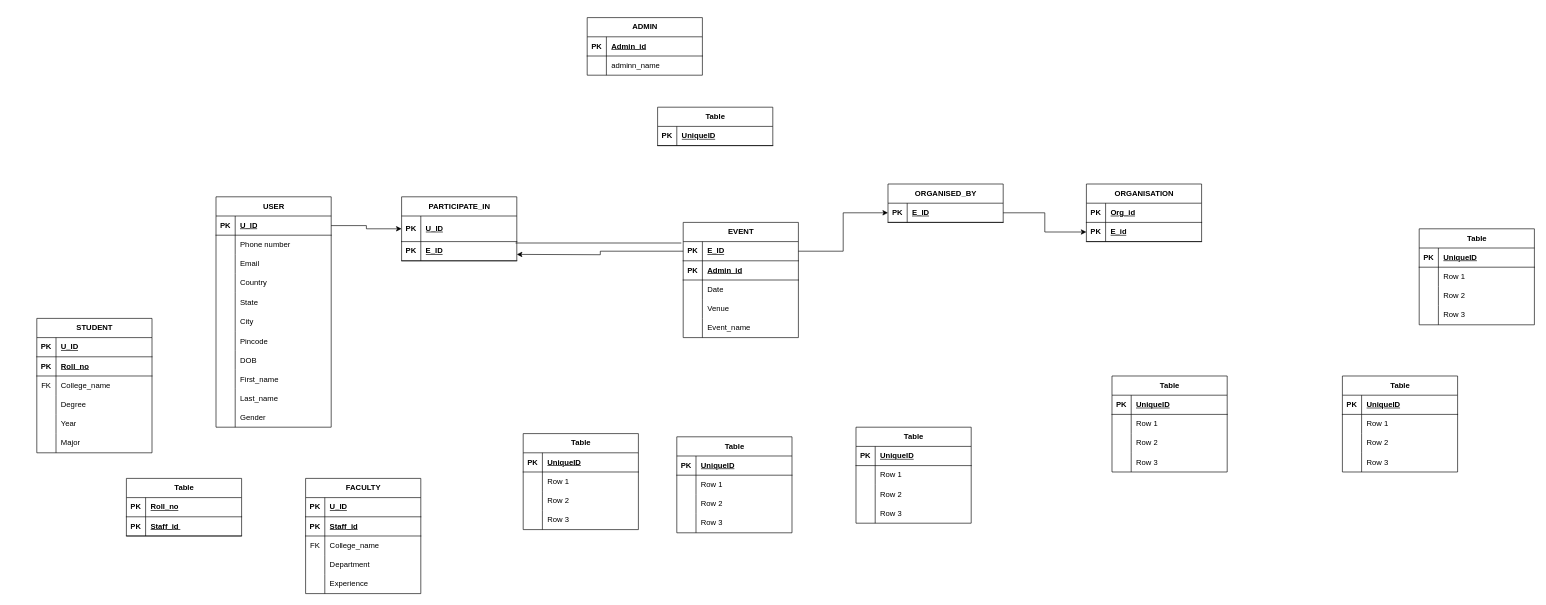
Earlier version of the draw.io diagram relational.drawio (Aaradhy-Sharma/dbms-project-1). Source tidied: cells renumbered, new cells numbered last; positions are measured from the earlier drawing's top-left corner, leaving out a move shared by most shapes. Both pictures are drawn from the tidied source at 64%, with x=0, y=0 at pixel (36, 17).
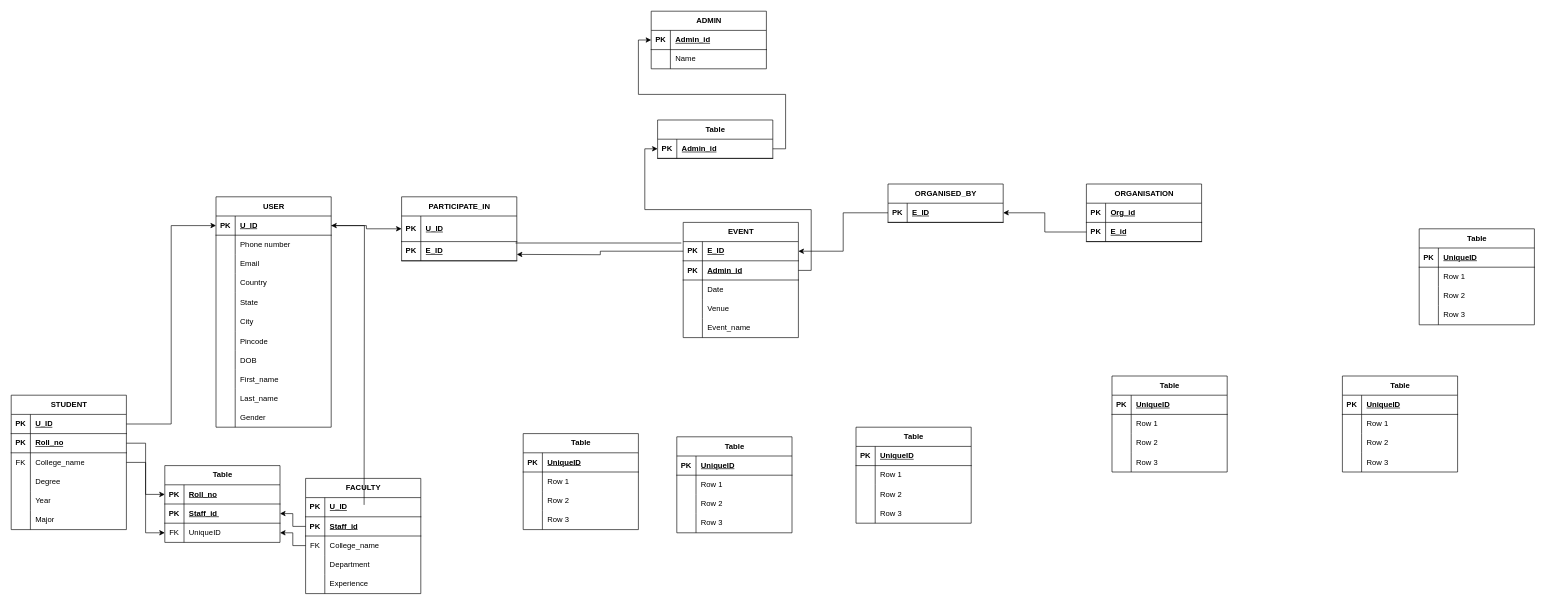
Above is the later version.

The change refers to these unchanged cells:
```xml
<mxCell id="3" style="shape=tableRow;horizontal=0;startSize=0;swimlaneHead=0;swimlaneBody=0;fillColor=none;points=[[0,0.5],[1,0.5]];portConstraint=eastwest;top=0;left=0;right=0;bottom=1;" parent="2" vertex="1">
  <mxGeometry y="30" width="180" height="30" as="geometry" />
</mxCell>
<mxCell id="44" style="shape=tableRow;horizontal=0;startSize=0;swimlaneHead=0;swimlaneBody=0;fillColor=none;points=[[0,0.5],[1,0.5]];portConstraint=eastwest;top=0;left=0;right=0;bottom=1;" parent="43" vertex="1">
  <mxGeometry y="30" width="180" height="30" as="geometry" />
</mxCell>
<mxCell id="47" style="shape=tableRow;horizontal=0;startSize=0;swimlaneHead=0;swimlaneBody=0;fillColor=none;points=[[0,0.5],[1,0.5]];portConstraint=eastwest;top=0;left=0;right=0;bottom=1;" parent="43" vertex="1">
  <mxGeometry y="60" width="180" height="30" as="geometry" />
</mxCell>
<mxCell id="62" style="shape=tableRow;horizontal=0;startSize=0;swimlaneHead=0;swimlaneBody=0;fillColor=none;points=[[0,0.5],[1,0.5]];portConstraint=eastwest;top=0;left=0;right=0;bottom=1;" parent="61" vertex="1">
  <mxGeometry y="30" width="180" height="30" as="geometry" />
</mxCell>
<mxCell id="65" style="shape=tableRow;horizontal=0;startSize=0;swimlaneHead=0;swimlaneBody=0;fillColor=none;top=0;left=0;right=0;bottom=0;" parent="61" vertex="1">
  <mxGeometry y="60" width="180" height="30" as="geometry" />
</mxCell>
<mxCell id="72" style="shape=tableRow;horizontal=0;startSize=0;swimlaneHead=0;swimlaneBody=0;fillColor=none;points=[[0,0.5],[1,0.5]];portConstraint=eastwest;top=0;left=0;right=0;bottom=1;" parent="68" vertex="1">
  <mxGeometry y="60" width="180" height="30" as="geometry" />
</mxCell>
<mxCell id="78" style="shape=tableRow;horizontal=0;startSize=0;swimlaneHead=0;swimlaneBody=0;fillColor=none;points=[[0,0.5],[1,0.5]];portConstraint=eastwest;top=0;left=0;right=0;bottom=1;" parent="77" vertex="1">
  <mxGeometry y="30" width="180" height="30" as="geometry" />
</mxCell>
<mxCell id="81" style="shape=tableRow;horizontal=0;startSize=0;swimlaneHead=0;swimlaneBody=0;fillColor=none;points=[[0,0.5],[1,0.5]];portConstraint=eastwest;top=0;left=0;right=0;bottom=1;" parent="77" vertex="1">
  <mxGeometry y="60" width="180" height="30" as="geometry" />
</mxCell>
<mxCell id="85" style="shape=tableRow;horizontal=0;startSize=0;swimlaneHead=0;swimlaneBody=0;fillColor=none;points=[[0,0.5],[1,0.5]];portConstraint=eastwest;top=0;left=0;right=0;bottom=1;" parent="84" vertex="1">
  <mxGeometry y="30" width="180" height="30" as="geometry" />
</mxCell>
<mxCell id="88" style="shape=tableRow;horizontal=0;startSize=0;swimlaneHead=0;swimlaneBody=0;fillColor=none;points=[[0,0.5],[1,0.5]];portConstraint=eastwest;top=0;left=0;right=0;bottom=1;" parent="84" vertex="1">
  <mxGeometry y="60" width="180" height="30" as="geometry" />
</mxCell>
<mxCell id="91" style="shape=tableRow;horizontal=0;startSize=0;swimlaneHead=0;swimlaneBody=0;fillColor=none;points=[[0,0.5],[1,0.5]];portConstraint=eastwest;top=0;left=0;right=0;bottom=0;" parent="84" vertex="1">
  <mxGeometry y="90" width="180" height="30" as="geometry" />
</mxCell>
<mxCell id="107" style="shape=tableRow;horizontal=0;startSize=0;swimlaneHead=0;swimlaneBody=0;fillColor=none;points=[[0,0.5],[1,0.5]];portConstraint=eastwest;top=0;left=0;right=0;bottom=1;" parent="103" vertex="1">
  <mxGeometry y="60" width="180" height="30" as="geometry" />
</mxCell>
<mxCell id="110" style="shape=tableRow;horizontal=0;startSize=0;swimlaneHead=0;swimlaneBody=0;fillColor=none;points=[[0,0.5],[1,0.5]];portConstraint=eastwest;top=0;left=0;right=0;bottom=0;" parent="103" vertex="1">
  <mxGeometry y="90" width="180" height="30" as="geometry" />
</mxCell>
<mxCell id="198" style="shape=tableRow;horizontal=0;startSize=0;swimlaneHead=0;swimlaneBody=0;fillColor=none;points=[[0,0.5],[1,0.5]];portConstraint=eastwest;top=0;left=0;right=0;bottom=1;" parent="197" vertex="1">
  <mxGeometry y="30" width="180" height="30" as="geometry" />
</mxCell>
<mxCell id="204" style="shape=tableRow;horizontal=0;startSize=0;swimlaneHead=0;swimlaneBody=0;fillColor=none;points=[[0,0.5],[1,0.5]];portConstraint=eastwest;top=0;left=0;right=0;bottom=1;" parent="203" vertex="1">
  <mxGeometry y="30" width="180" height="30" as="geometry" />
</mxCell>
```

What changed in the source:
```diff
@@
     <mxCell id="61" value="ADMIN" style="shape=table;startSize=30;childLayout=tableLayout;rowLines=0;fontStyle=1;align=center;html=1;" parent="1" vertex="1">
-      <mxGeometry x="860" width="180" height="90" as="geometry" />
+      <mxGeometry x="960" y="-10" width="180" height="90" as="geometry" />
     </mxCell>
@@
-    <mxCell id="67" value="adminn_name" style="shape=partialRectangle;fillColor=none;top=0;left=0;bottom=0;right=0;align=left;spacingLeft=6;overflow=hidden;whiteSpace=wrap;html=1;" parent="65" vertex="1">
+    <mxCell id="67" value="Name" style="shape=partialRectangle;fillColor=none;top=0;left=0;bottom=0;right=0;align=left;spacingLeft=6;overflow=hidden;whiteSpace=wrap;html=1;" parent="65" vertex="1">
       <mxGeometry x="30" width="150" height="30" as="geometry" />
     </mxCell>
@@
     <mxCell id="77" value="Table" style="shape=table;startSize=30;childLayout=tableLayout;rowLines=0;fontStyle=1;align=center;html=1;" parent="1" vertex="1">
-      <mxGeometry x="140" y="720" width="180" height="90" as="geometry" />
+      <mxGeometry x="200" y="700" width="180" height="120" as="geometry" />
     </mxCell>
@@
+    <mxCell id="207" style="shape=tableRow;horizontal=0;startSize=0;swimlaneHead=0;swimlaneBody=0;fillColor=none;points=[[0,0.5],[1,0.5]];portConstraint=eastwest;top=0;left=0;right=0;bottom=0;" parent="77" vertex="1">
+      <mxGeometry y="90" width="180" height="30" as="geometry" />
+    </mxCell>
+    <mxCell id="208" value="FK" style="shape=partialRectangle;fillColor=none;top=0;left=0;bottom=0;right=0;fontStyle=0;overflow=hidden;whiteSpace=wrap;html=1;" parent="207" vertex="1">
+      <mxGeometry width="30" height="30" as="geometry" />
+    </mxCell>
+    <mxCell id="209" value="UniqueID" style="shape=partialRectangle;fillColor=none;top=0;left=0;bottom=0;right=0;align=left;spacingLeft=6;fontStyle=0;overflow=hidden;whiteSpace=wrap;html=1;" parent="207" vertex="1">
+      <mxGeometry x="30" width="150" height="30" as="geometry" />
+    </mxCell>
     <mxCell id="84" value="STUDENT" style="shape=table;startSize=30;childLayout=tableLayout;rowLines=0;fontStyle=1;align=center;html=1;" parent="1" vertex="1">
-      <mxGeometry y="470" width="180" height="210" as="geometry" />
+      <mxGeometry x="-40" y="590" width="180" height="210" as="geometry" />
     </mxCell>
@@
-    <mxCell id="201" style="edgeStyle=orthogonalEdgeStyle;rounded=0;jettySize=auto;html=1;exitX=1;exitY=0.5;exitDx=0;exitDy=0;entryX=0;entryY=0.5;entryDx=0;entryDy=0;" parent="1" edge="1" source="44" target="198">
-      <mxGeometry relative="1" as="geometry" />
-    </mxCell>
-    <mxCell id="202" style="edgeStyle=orthogonalEdgeStyle;rounded=0;jettySize=auto;html=1;exitX=1;exitY=0.5;exitDx=0;exitDy=0;entryX=0;entryY=0.5;entryDx=0;entryDy=0;" parent="1" edge="1" source="198" target="72">
-      <mxGeometry relative="1" as="geometry" />
-    </mxCell>
     <mxCell id="203" value="Table" style="shape=table;startSize=30;childLayout=tableLayout;rowLines=0;fontStyle=1;align=center;html=1;" parent="1" vertex="1">
-      <mxGeometry x="970" y="140" width="180" height="60" as="geometry" />
+      <mxGeometry x="970" y="160" width="180" height="60" as="geometry" />
     </mxCell>
@@
-    <mxCell id="206" value="UniqueID" style="shape=partialRectangle;fillColor=none;top=0;left=0;bottom=0;right=0;align=left;spacingLeft=6;fontStyle=5;overflow=hidden;whiteSpace=wrap;html=1;" parent="204" vertex="1">
+    <mxCell id="206" value="Admin_id" style="shape=partialRectangle;fillColor=none;top=0;left=0;bottom=0;right=0;align=left;spacingLeft=6;fontStyle=5;overflow=hidden;whiteSpace=wrap;html=1;" parent="204" vertex="1">
       <mxGeometry x="30" width="150" height="30" as="geometry" />
     </mxCell>
+    <mxCell id="210" style="edgeStyle=orthogonalEdgeStyle;rounded=0;jettySize=auto;html=1;exitX=1;exitY=0.5;exitDx=0;exitDy=0;entryX=0;entryY=0.5;entryDx=0;entryDy=0;" parent="1" edge="1" source="47" target="204">
+      <mxGeometry relative="1" as="geometry" />
+    </mxCell>
+    <mxCell id="211" style="edgeStyle=orthogonalEdgeStyle;rounded=0;jettySize=auto;html=1;exitX=1;exitY=0.5;exitDx=0;exitDy=0;entryX=0;entryY=0.5;entryDx=0;entryDy=0;" parent="1" edge="1" source="204" target="62">
+      <mxGeometry relative="1" as="geometry" />
+    </mxCell>
+    <mxCell id="212" style="edgeStyle=orthogonalEdgeStyle;rounded=0;jettySize=auto;html=1;exitX=1;exitY=0.5;exitDx=0;exitDy=0;entryX=0;entryY=0.5;entryDx=0;entryDy=0;" parent="1" edge="1" source="91" target="207">
+      <mxGeometry relative="1" as="geometry" />
+    </mxCell>
+    <mxCell id="213" style="edgeStyle=orthogonalEdgeStyle;rounded=0;jettySize=auto;html=1;exitX=0;exitY=0.5;exitDx=0;exitDy=0;entryX=1;entryY=0.5;entryDx=0;entryDy=0;" parent="1" edge="1" source="110" target="207">
+      <mxGeometry relative="1" as="geometry" />
+    </mxCell>
+    <mxCell id="214" style="edgeStyle=orthogonalEdgeStyle;rounded=0;jettySize=auto;html=1;exitX=1;exitY=0.5;exitDx=0;exitDy=0;entryX=0;entryY=0.5;entryDx=0;entryDy=0;" parent="1" edge="1" source="88" target="78">
+      <mxGeometry relative="1" as="geometry" />
+    </mxCell>
+    <mxCell id="215" style="edgeStyle=orthogonalEdgeStyle;rounded=0;jettySize=auto;html=1;exitX=0;exitY=0.5;exitDx=0;exitDy=0;entryX=1;entryY=0.5;entryDx=0;entryDy=0;" parent="1" edge="1" source="107" target="81">
+      <mxGeometry relative="1" as="geometry" />
+    </mxCell>
+    <mxCell id="216" style="edgeStyle=orthogonalEdgeStyle;rounded=0;jettySize=auto;html=1;exitX=1;exitY=0.5;exitDx=0;exitDy=0;" parent="1" edge="1" target="3">
+      <mxGeometry relative="1" as="geometry">
+        <mxPoint x="511.4" y="761.4" as="sourcePoint" />
+      </mxGeometry>
+    </mxCell>
+    <mxCell id="217" style="edgeStyle=orthogonalEdgeStyle;rounded=0;jettySize=auto;html=1;exitX=1;exitY=0.5;exitDx=0;exitDy=0;entryX=0;entryY=0.5;entryDx=0;entryDy=0;" parent="1" edge="1" source="85" target="3">
+      <mxGeometry relative="1" as="geometry" />
+    </mxCell>
+    <mxCell id="218" style="edgeStyle=orthogonalEdgeStyle;rounded=0;jettySize=auto;html=1;exitX=0;exitY=0.5;exitDx=0;exitDy=0;entryX=1;entryY=0.5;entryDx=0;entryDy=0;" parent="1" edge="1" source="72" target="198">
+      <mxGeometry relative="1" as="geometry" />
+    </mxCell>
+    <mxCell id="219" style="edgeStyle=orthogonalEdgeStyle;rounded=0;jettySize=auto;html=1;exitX=0;exitY=0.5;exitDx=0;exitDy=0;entryX=1;entryY=0.5;entryDx=0;entryDy=0;" parent="1" edge="1" source="198" target="44">
+      <mxGeometry relative="1" as="geometry" />
+    </mxCell>
```
